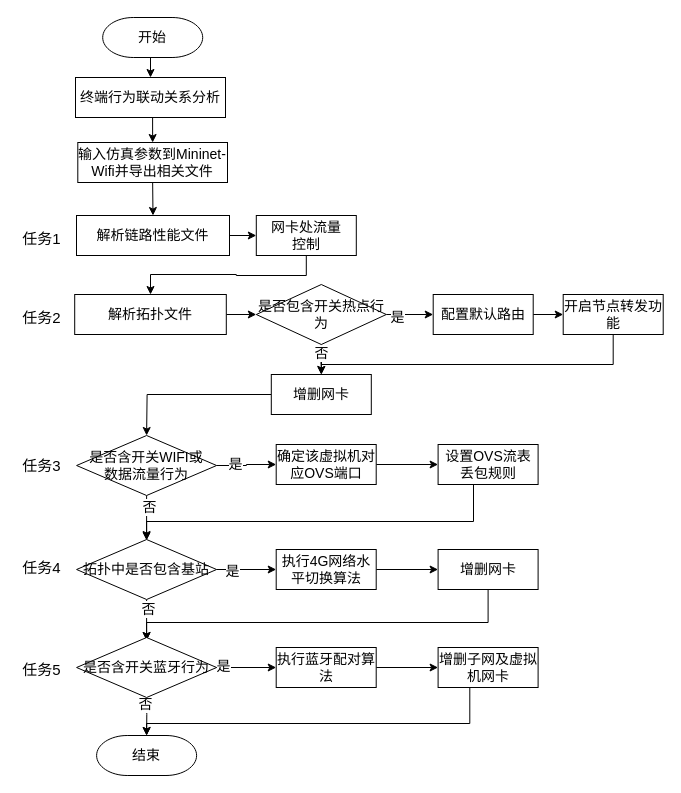
Above: page "use_动态拓扑及链路性能仿真流程图" (12 of 13) of 网络控制技术_流程图.drawio in Icarus1994/neutron_conf (draw.io), before the change. Source tidied: cells renumbered, new cells numbered last; positions are measured from the earlier drawing's top-left corner, leaving out a move shared by most shapes. Both pictures are drawn from the tidied source at 100%, with x=0, y=0 at pixel (17, 17).
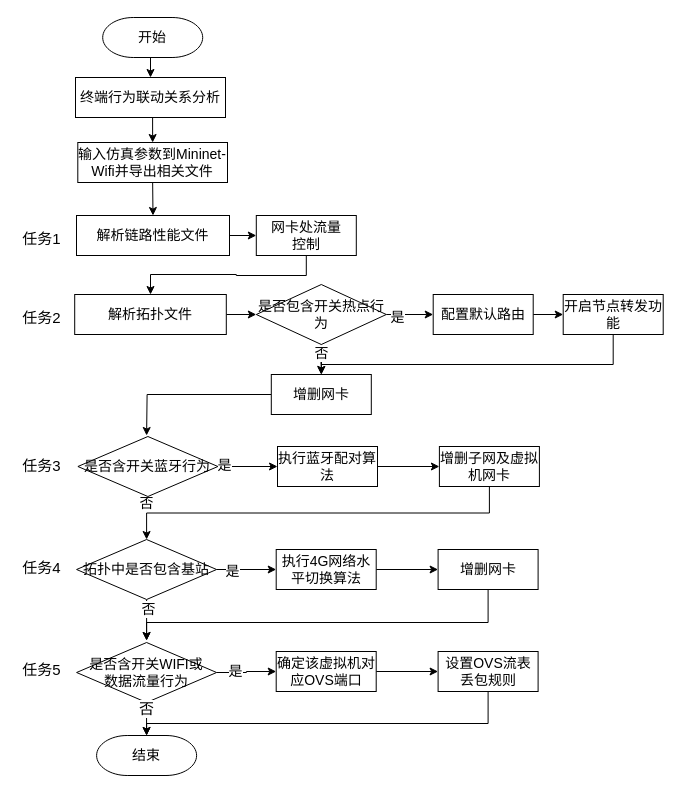
The same diagram, later.

Commit message:
Update 网络控制技术_流程图.drawio

Unchanged cells that the change refers to:
```xml
<mxCell id="21" value="&lt;span style=&quot;font-size: 14px;&quot;&gt;拓扑中是否包含基站&lt;br style=&quot;font-size: 14px;&quot;&gt;&lt;/span&gt;" style="strokeWidth=1;html=1;shape=mxgraph.flowchart.decision;whiteSpace=wrap;fontSize=14;" parent="1" vertex="1">
  <mxGeometry x="59.1" y="522" width="140" height="60" as="geometry" />
</mxCell>
<mxCell id="39" value="结束" style="strokeWidth=1;html=1;shape=mxgraph.flowchart.terminator;whiteSpace=wrap;fontSize=14;" parent="1" vertex="1">
  <mxGeometry x="79.1" y="718" width="100" height="40" as="geometry" />
</mxCell>
```

What changed in the source:
```diff
@@
     <mxCell id="9" value="确定该虚拟机对应OVS端口" style="rounded=0;whiteSpace=wrap;html=1;strokeWidth=1;fontSize=14;" parent="1" vertex="1">
-      <mxGeometry x="258.7" y="427" width="100" height="40" as="geometry" />
+      <mxGeometry x="258.7" y="634" width="100" height="40" as="geometry" />
     </mxCell>
-    <mxCell id="10" style="edgeStyle=orthogonalEdgeStyle;rounded=0;jettySize=auto;html=1;exitX=0.5;exitY=1;exitDx=0;exitDy=0;entryX=0.5;entryY=0;entryDx=0;entryDy=0;entryPerimeter=0;startArrow=none;startFill=0;fontSize=14;" parent="1" edge="1" source="11" target="21">
-      <mxGeometry relative="1" as="geometry">
-        <Array as="points">
-          <mxPoint x="456" y="504" />
-          <mxPoint x="129" y="504" />
-        </Array>
-      </mxGeometry>
-    </mxCell>
     <mxCell id="11" value="设置OVS流表丢包规则" style="rounded=0;whiteSpace=wrap;html=1;strokeWidth=1;fontSize=14;" parent="1" vertex="1">
-      <mxGeometry x="420.6" y="427" width="100" height="40" as="geometry" />
+      <mxGeometry x="420.6" y="634" width="100" height="40" as="geometry" />
     </mxCell>
@@
-    <mxCell id="14" style="edgeStyle=orthogonalEdgeStyle;rounded=0;jettySize=auto;html=1;exitX=0.5;exitY=1;exitDx=0;exitDy=0;exitPerimeter=0;startArrow=none;startFill=0;fontSize=14;" parent="1" edge="1" source="16">
-      <mxGeometry relative="1" as="geometry">
-        <mxPoint x="129.1" y="523" as="targetPoint" />
-      </mxGeometry>
-    </mxCell>
-    <mxCell id="15" value="否" style="edgeLabel;html=1;align=center;verticalAlign=middle;fontSize=14;" parent="14" vertex="1">
-      <mxGeometry x="-0.51" y="2" relative="1" as="geometry" />
-    </mxCell>
     <mxCell id="16" value="&lt;span style=&quot;font-size: 14px&quot;&gt;是否含开关WIFI或&lt;br&gt;数据流量行为&lt;br style=&quot;font-size: 14px&quot;&gt;&lt;/span&gt;" style="strokeWidth=1;html=1;shape=mxgraph.flowchart.decision;whiteSpace=wrap;fontSize=14;" parent="1" vertex="1">
-      <mxGeometry x="59.1" y="418" width="140" height="60" as="geometry" />
+      <mxGeometry x="59.1" y="625" width="140" height="60" as="geometry" />
     </mxCell>
@@
-    <mxCell id="40" style="edgeStyle=orthogonalEdgeStyle;rounded=0;jettySize=auto;html=1;exitX=0.5;exitY=1;exitDx=0;exitDy=0;entryX=0.5;entryY=0;entryDx=0;entryDy=0;entryPerimeter=0;startArrow=none;startFill=0;fontSize=14;" parent="1" edge="1" target="39">
+    <mxCell id="40" style="edgeStyle=orthogonalEdgeStyle;rounded=0;jettySize=auto;html=1;exitX=0.5;exitY=1;exitDx=0;exitDy=0;entryX=0.5;entryY=0;entryDx=0;entryDy=0;entryPerimeter=0;startArrow=none;startFill=0;fontSize=14;" parent="1" edge="1" source="11" target="39">
       <mxGeometry relative="1" as="geometry">
-        <mxPoint x="452.3" y="660" as="sourcePoint" />
         <Array as="points">
-          <mxPoint x="452" y="706" />
+          <mxPoint x="471" y="706" />
           <mxPoint x="129" y="706" />
         </Array>
       </mxGeometry>
     </mxCell>
-    <mxCell id="41" style="edgeStyle=orthogonalEdgeStyle;rounded=0;jettySize=auto;html=1;exitX=0.5;exitY=1;exitDx=0;exitDy=0;exitPerimeter=0;entryX=0.5;entryY=0;entryDx=0;entryDy=0;entryPerimeter=0;startArrow=none;startFill=0;fontSize=14;" parent="1" edge="1" target="39">
+    <mxCell id="41" style="edgeStyle=orthogonalEdgeStyle;rounded=0;jettySize=auto;html=1;entryX=0.5;entryY=0;entryDx=0;entryDy=0;entryPerimeter=0;startArrow=none;startFill=0;fontSize=14;" parent="1" edge="1" target="39">
       <mxGeometry relative="1" as="geometry">
-        <mxPoint x="128.8" y="675" as="sourcePoint" />
+        <mxPoint x="129" y="687" as="sourcePoint" />
       </mxGeometry>
     </mxCell>
-    <mxCell id="42" value="否" style="edgeLabel;html=1;align=center;verticalAlign=middle;fontSize=14;" parent="41" vertex="1">
-      <mxGeometry x="-0.48" y="-2" relative="1" as="geometry" />
-    </mxCell>
-    <mxCell id="43" style="edgeStyle=orthogonalEdgeStyle;rounded=0;jettySize=auto;html=1;exitX=1;exitY=0.5;exitDx=0;exitDy=0;entryX=0;entryY=0.5;entryDx=0;entryDy=0;startArrow=none;startFill=0;fontSize=14;" parent="1" edge="1" source="44" target="45">
-      <mxGeometry relative="1" as="geometry" />
-    </mxCell>
-    <mxCell id="44" value="执行蓝牙配对算法" style="rounded=0;whiteSpace=wrap;html=1;strokeWidth=1;fontSize=14;" parent="1" vertex="1">
-      <mxGeometry x="258.7" y="630" width="100" height="40" as="geometry" />
-    </mxCell>
-    <mxCell id="45" value="增删子网及虚拟机网卡" style="rounded=0;whiteSpace=wrap;html=1;strokeWidth=1;fontSize=14;" parent="1" vertex="1">
-      <mxGeometry x="420.6" y="630" width="100" height="40" as="geometry" />
-    </mxCell>
-    <mxCell id="46" style="edgeStyle=orthogonalEdgeStyle;rounded=0;jettySize=auto;html=1;exitX=1;exitY=0.5;exitDx=0;exitDy=0;exitPerimeter=0;entryX=0;entryY=0.5;entryDx=0;entryDy=0;startArrow=none;startFill=0;fontSize=14;" parent="1" edge="1" source="48" target="44">
-      <mxGeometry relative="1" as="geometry" />
-    </mxCell>
-    <mxCell id="47" value="是" style="edgeLabel;html=1;align=center;verticalAlign=middle;fontSize=14;" parent="46" vertex="1">
-      <mxGeometry x="-0.8" y="2" relative="1" as="geometry" />
-    </mxCell>
-    <mxCell id="48" value="&lt;span style=&quot;font-size: 14px&quot;&gt;是否含开关蓝牙行为&lt;br style=&quot;font-size: 14px&quot;&gt;&lt;/span&gt;" style="strokeWidth=1;html=1;shape=mxgraph.flowchart.decision;whiteSpace=wrap;fontSize=14;" parent="1" vertex="1">
-      <mxGeometry x="59.1" y="620" width="140" height="60" as="geometry" />
-    </mxCell>
+    <mxCell id="58" value="否" style="edgeLabel;html=1;align=center;verticalAlign=middle;fontSize=15;" parent="41" vertex="1">
+      <mxGeometry x="-0.81" y="-1" relative="1" as="geometry" />
+    </mxCell>
@@
+    <mxCell id="59" value="否" style="edgeLabel;html=1;align=center;verticalAlign=middle;fontSize=14;" parent="1" vertex="1">
+      <mxGeometry x="128" y="485" as="geometry" />
+    </mxCell>
+    <mxCell id="43" style="edgeStyle=orthogonalEdgeStyle;rounded=0;jettySize=auto;html=1;exitX=1;exitY=0.5;exitDx=0;exitDy=0;entryX=0;entryY=0.5;entryDx=0;entryDy=0;startArrow=none;startFill=0;fontSize=14;" parent="1" edge="1" source="44" target="45">
+      <mxGeometry relative="1" as="geometry" />
+    </mxCell>
+    <mxCell id="44" value="执行蓝牙配对算法" style="rounded=0;whiteSpace=wrap;html=1;strokeWidth=1;fontSize=14;" parent="1" vertex="1">
+      <mxGeometry x="260" y="429" width="100" height="40" as="geometry" />
+    </mxCell>
+    <mxCell id="60" style="edgeStyle=orthogonalEdgeStyle;rounded=0;jettySize=auto;html=1;exitX=0.5;exitY=1;exitDx=0;exitDy=0;entryX=0.5;entryY=0;entryDx=0;entryDy=0;entryPerimeter=0;startArrow=none;startFill=0;fontSize=15;" parent="1" edge="1" source="45" target="21">
+      <mxGeometry relative="1" as="geometry" />
+    </mxCell>
+    <mxCell id="45" value="增删子网及虚拟机网卡" style="rounded=0;whiteSpace=wrap;html=1;strokeWidth=1;fontSize=14;" parent="1" vertex="1">
+      <mxGeometry x="421.9" y="429" width="100" height="40" as="geometry" />
+    </mxCell>
+    <mxCell id="46" style="edgeStyle=orthogonalEdgeStyle;rounded=0;jettySize=auto;html=1;exitX=1;exitY=0.5;exitDx=0;exitDy=0;exitPerimeter=0;entryX=0;entryY=0.5;entryDx=0;entryDy=0;startArrow=none;startFill=0;fontSize=14;" parent="1" edge="1" source="48" target="44">
+      <mxGeometry relative="1" as="geometry" />
+    </mxCell>
+    <mxCell id="47" value="是" style="edgeLabel;html=1;align=center;verticalAlign=middle;fontSize=14;" parent="46" vertex="1">
+      <mxGeometry x="-0.8" y="2" relative="1" as="geometry" />
+    </mxCell>
+    <mxCell id="48" value="&lt;span style=&quot;font-size: 14px&quot;&gt;是否含开关蓝牙行为&lt;br style=&quot;font-size: 14px&quot;&gt;&lt;/span&gt;" style="strokeWidth=1;html=1;shape=mxgraph.flowchart.decision;whiteSpace=wrap;fontSize=14;" parent="1" vertex="1">
+      <mxGeometry x="60.4" y="419" width="140" height="60" as="geometry" />
+    </mxCell>
```
